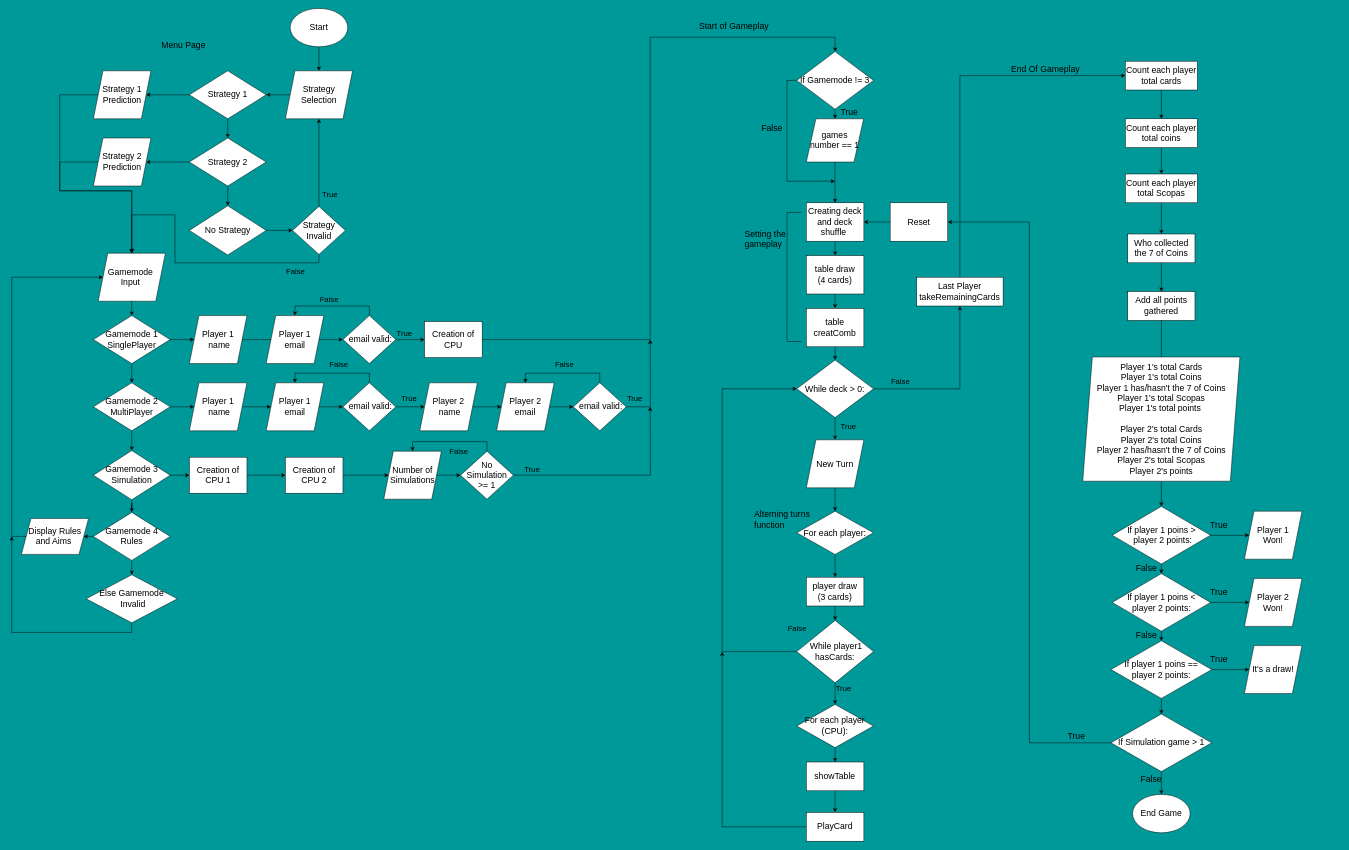
Earlier version of the draw.io diagram page "Scopa Card Game" (1 of 5) of Scopa python game/Scopa Game flowchart/Scopa Game Flowchart.drawio (ABellassai/ACC-AlessandroB2). Source tidied: cells renumbered, new cells numbered last; positions are measured from the earlier drawing's top-left corner, leaving out a move shared by most shapes. Both pictures are drawn from the tidied source at 48%, with x=0, y=0 at pixel (12, 8).
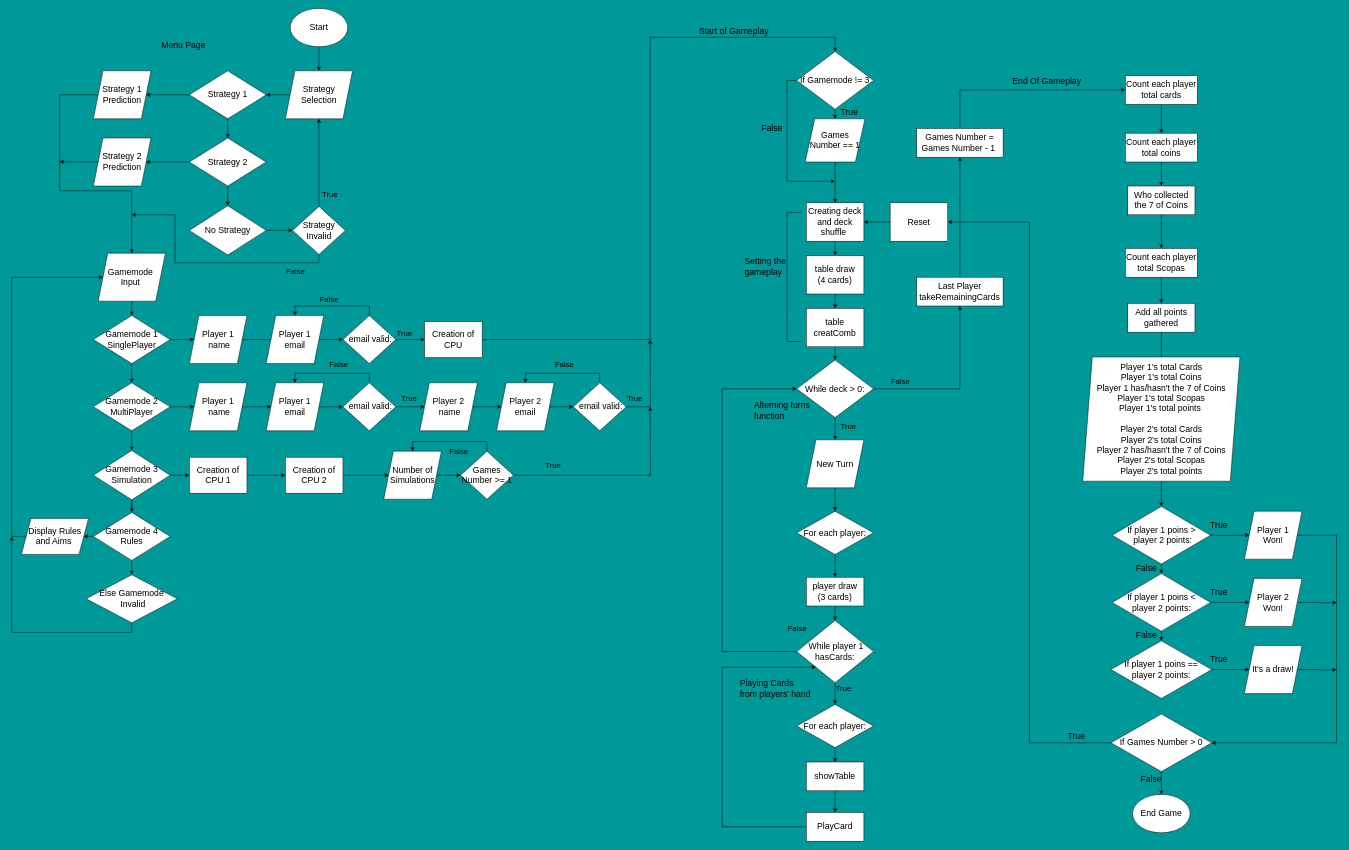
The same page after the edit.

Unchanged cells that the change refers to:
```xml
<mxCell id="6" value="Gamemode&amp;nbsp;&lt;br&gt;Input&amp;nbsp;" style="shape=parallelogram;perimeter=parallelogramPerimeter;whiteSpace=wrap;html=1;fixedSize=1;fontSize=18;" parent="1" vertex="1">
  <mxGeometry x="180" y="510" width="140" height="100" as="geometry" />
</mxCell>
<mxCell id="72" value="&lt;font style=&quot;font-size: 18px;&quot;&gt;Strategy Invalid&lt;/font&gt;" style="rhombus;whiteSpace=wrap;html=1;" parent="1" vertex="1">
  <mxGeometry x="585" y="412.5" width="110" height="100" as="geometry" />
</mxCell>
<mxCell id="101" value="&lt;span style=&quot;font-size: 18px;&quot;&gt;If player 1 poins == &lt;br&gt;player 2 points:&lt;/span&gt;" style="rhombus;whiteSpace=wrap;html=1;" parent="1" vertex="1">
  <mxGeometry x="2290" y="1317.5" width="210" height="120" as="geometry" />
</mxCell>
<mxCell id="120" value="PlayCard" style="rounded=0;whiteSpace=wrap;html=1;fontSize=18;" parent="1" vertex="1">
  <mxGeometry x="1655.3" y="1675" width="120" height="60" as="geometry" />
</mxCell>
<mxCell id="126" value="Last Player takeRemainingCards" style="rounded=0;whiteSpace=wrap;html=1;fontSize=18;" parent="1" vertex="1">
  <mxGeometry x="1885.3" y="560" width="180" height="60" as="geometry" />
</mxCell>
<mxCell id="133" value="Player 1 &lt;br&gt;Won!" style="shape=parallelogram;perimeter=parallelogramPerimeter;whiteSpace=wrap;html=1;fixedSize=1;fontSize=18;" parent="1" vertex="1">
  <mxGeometry x="2568" y="1047.5" width="120" height="100" as="geometry" />
</mxCell>
<mxCell id="135" value="Strategy 2 Prediction" style="shape=parallelogram;perimeter=parallelogramPerimeter;whiteSpace=wrap;html=1;fixedSize=1;fontSize=18;" parent="1" vertex="1">
  <mxGeometry x="170" y="270" width="120" height="100" as="geometry" />
</mxCell>
<mxCell id="136" value="Player 2 &lt;br&gt;Won!" style="shape=parallelogram;perimeter=parallelogramPerimeter;whiteSpace=wrap;html=1;fixedSize=1;fontSize=18;" parent="1" vertex="1">
  <mxGeometry x="2568" y="1187.5" width="120" height="100" as="geometry" />
</mxCell>
<mxCell id="137" value="It's a draw!" style="shape=parallelogram;perimeter=parallelogramPerimeter;whiteSpace=wrap;html=1;fixedSize=1;fontSize=18;" parent="1" vertex="1">
  <mxGeometry x="2568" y="1327.5" width="120" height="100" as="geometry" />
</mxCell>
```

Diff of the diagram source:
```diff
@@
-    <mxCell id="55" value="&lt;span style=&quot;font-size: 18px;&quot;&gt;No Simulation &amp;gt;= 1&lt;/span&gt;" style="rhombus;whiteSpace=wrap;html=1;" parent="1" vertex="1">
+    <mxCell id="55" value="&lt;span style=&quot;font-size: 18px;&quot;&gt;Games Number &amp;gt;= 1&lt;/span&gt;" style="rhombus;whiteSpace=wrap;html=1;" parent="1" vertex="1">
       <mxGeometry x="935" y="922.5" width="110" height="100" as="geometry" />
     </mxCell>
@@
     <mxCell id="57" value="&lt;font style=&quot;font-size: 16px;&quot;&gt;True&lt;/font&gt;" style="text;whiteSpace=wrap;html=1;fontSize=18;" parent="1" vertex="1">
-      <mxGeometry x="1066" y="942.5" width="50" height="30" as="geometry" />
+      <mxGeometry x="1110" y="935" width="50" height="30" as="geometry" />
     </mxCell>
@@
-    <mxCell id="69" style="edgeStyle=orthogonalEdgeStyle;rounded=0;jettySize=auto;html=1;exitX=0;exitY=0.5;exitDx=0;exitDy=0;entryX=0.5;entryY=0;entryDx=0;entryDy=0;" parent="1" edge="1" source="135" target="6">
-      <mxGeometry relative="1" as="geometry">
-        <Array as="points">
-          <mxPoint x="100" y="320" />
-          <mxPoint x="100" y="380" />
-          <mxPoint x="250" y="380" />
-        </Array>
-      </mxGeometry>
-    </mxCell>
@@
-    <mxCell id="71" style="edgeStyle=orthogonalEdgeStyle;rounded=0;jettySize=auto;html=1;exitX=0.5;exitY=1;exitDx=0;exitDy=0;entryX=0.5;entryY=0;entryDx=0;entryDy=0;" parent="1" edge="1" source="72" target="6">
+    <mxCell id="71" style="edgeStyle=orthogonalEdgeStyle;rounded=0;jettySize=auto;html=1;exitX=0.5;exitY=1;exitDx=0;exitDy=0;" parent="1" edge="1" source="72">
       <mxGeometry relative="1" as="geometry">
+        <mxPoint x="250" y="430" as="targetPoint" />
         <Array as="points">
           <mxPoint x="640" y="530" />
           <mxPoint x="340" y="530" />
           <mxPoint x="340" y="430" />
           <mxPoint x="250" y="430" />
         </Array>
       </mxGeometry>
     </mxCell>
@@
     <mxCell id="85" value="Setting the gameplay" style="text;whiteSpace=wrap;html=1;fontSize=18;" parent="1" vertex="1">
-      <mxGeometry x="1525.3" y="452.5" width="120" height="50" as="geometry" />
+      <mxGeometry x="1525.3" y="510" width="120" height="50" as="geometry" />
     </mxCell>
@@
     <mxCell id="87" value="Count each player total cards" style="rounded=0;whiteSpace=wrap;html=1;fontSize=18;" parent="1" vertex="1">
-      <mxGeometry x="2320" y="110" width="150" height="60" as="geometry" />
+      <mxGeometry x="2320" y="140" width="150" height="60" as="geometry" />
     </mxCell>
-    <mxCell id="88" style="edgeStyle=orthogonalEdgeStyle;rounded=0;jettySize=auto;html=1;exitX=0.5;exitY=1;exitDx=0;exitDy=0;entryX=0.5;entryY=0;entryDx=0;entryDy=0;" parent="1" edge="1" source="89" target="117">
-      <mxGeometry relative="1" as="geometry" />
-    </mxCell>
+    <mxCell id="163" style="edgeStyle=orthogonalEdgeStyle;rounded=0;jettySize=auto;html=1;exitX=0.5;exitY=1;exitDx=0;exitDy=0;entryX=0.5;entryY=0;entryDx=0;entryDy=0;" parent="1" edge="1" source="89" target="92">
+      <mxGeometry relative="1" as="geometry" />
+    </mxCell>
     <mxCell id="89" value="Count each player total Scopas" style="rounded=0;whiteSpace=wrap;html=1;fontSize=18;" parent="1" vertex="1">
-      <mxGeometry x="2320" y="345" width="150" height="60" as="geometry" />
+      <mxGeometry x="2320" y="500" width="150" height="60" as="geometry" />
     </mxCell>
-    <mxCell id="90" style="edgeStyle=orthogonalEdgeStyle;rounded=0;jettySize=auto;html=1;exitX=0.5;exitY=1;exitDx=0;exitDy=0;entryX=0.5;entryY=0;entryDx=0;entryDy=0;" parent="1" edge="1" source="91" target="89">
-      <mxGeometry relative="1" as="geometry" />
-    </mxCell>
+    <mxCell id="164" style="edgeStyle=orthogonalEdgeStyle;rounded=0;jettySize=auto;html=1;exitX=0.5;exitY=1;exitDx=0;exitDy=0;entryX=0.5;entryY=0;entryDx=0;entryDy=0;" parent="1" edge="1" source="91" target="117">
+      <mxGeometry relative="1" as="geometry" />
+    </mxCell>
     <mxCell id="91" value="Count each player total coins" style="rounded=0;whiteSpace=wrap;html=1;fontSize=18;" parent="1" vertex="1">
-      <mxGeometry x="2320" y="230" width="150" height="60" as="geometry" />
+      <mxGeometry x="2320" y="260" width="150" height="60" as="geometry" />
     </mxCell>
     <mxCell id="92" value="Add all points gathered" style="rounded=0;whiteSpace=wrap;html=1;fontSize=18;" parent="1" vertex="1">
-      <mxGeometry x="2325" y="590" width="140" height="60" as="geometry" />
+      <mxGeometry x="2325" y="614.5" width="140" height="60" as="geometry" />
     </mxCell>
@@
-    <mxCell id="100" style="edgeStyle=orthogonalEdgeStyle;rounded=0;jettySize=auto;html=1;exitX=0.5;exitY=1;exitDx=0;exitDy=0;entryX=0.5;entryY=0;entryDx=0;entryDy=0;" parent="1" edge="1" source="101" target="156">
-      <mxGeometry relative="1" as="geometry" />
-    </mxCell>
@@
     <mxCell id="105" value="Alterning turns function" style="text;whiteSpace=wrap;html=1;fontSize=18;" parent="1" vertex="1">
-      <mxGeometry x="1545.3" y="1037.5" width="120" height="50" as="geometry" />
+      <mxGeometry x="1545.3" y="810" width="120" height="50" as="geometry" />
     </mxCell>
@@
-    <mxCell id="112" value="&lt;font style=&quot;font-size: 18px;&quot;&gt;&amp;nbsp;While player1 hasCards:&lt;/font&gt;" style="rhombus;whiteSpace=wrap;html=1;" parent="1" vertex="1">
+    <mxCell id="112" value="&lt;font style=&quot;font-size: 18px;&quot;&gt;&amp;nbsp;While player 1 hasCards:&lt;/font&gt;" style="rhombus;whiteSpace=wrap;html=1;" parent="1" vertex="1">
       <mxGeometry x="1635.3" y="1275" width="160" height="130" as="geometry" />
     </mxCell>
@@
-    <mxCell id="116" style="edgeStyle=orthogonalEdgeStyle;rounded=0;jettySize=auto;html=1;exitX=0.5;exitY=1;exitDx=0;exitDy=0;entryX=0.5;entryY=0;entryDx=0;entryDy=0;" parent="1" edge="1" source="117" target="92">
-      <mxGeometry relative="1" as="geometry" />
-    </mxCell>
+    <mxCell id="165" style="edgeStyle=orthogonalEdgeStyle;rounded=0;jettySize=auto;html=1;exitX=0.5;exitY=1;exitDx=0;exitDy=0;entryX=0.5;entryY=0;entryDx=0;entryDy=0;" parent="1" edge="1" source="117" target="89">
+      <mxGeometry relative="1" as="geometry" />
+    </mxCell>
     <mxCell id="117" value="Who collected the 7 of Coins" style="rounded=0;whiteSpace=wrap;html=1;fontSize=18;" parent="1" vertex="1">
-      <mxGeometry x="2325" y="470" width="140" height="60" as="geometry" />
+      <mxGeometry x="2325" y="370" width="140" height="60" as="geometry" />
     </mxCell>
@@
-    <mxCell id="119" style="edgeStyle=orthogonalEdgeStyle;rounded=0;jettySize=auto;html=1;exitX=0;exitY=0.5;exitDx=0;exitDy=0;" parent="1" edge="1" source="120">
+    <mxCell id="119" style="edgeStyle=orthogonalEdgeStyle;rounded=0;jettySize=auto;html=1;exitX=0;exitY=0.5;exitDx=0;exitDy=0;entryX=0;entryY=1;entryDx=0;entryDy=0;" parent="1" edge="1" source="120" target="112">
       <mxGeometry relative="1" as="geometry">
-        <mxPoint x="1480" y="1340" as="targetPoint" />
         <Array as="points">
           <mxPoint x="1480" y="1705" />
+          <mxPoint x="1480" y="1372" />
         </Array>
       </mxGeometry>
     </mxCell>
@@
-    <mxCell id="122" value="&lt;font style=&quot;font-size: 18px;&quot;&gt;For each player (CPU):&lt;/font&gt;" style="rhombus;whiteSpace=wrap;html=1;" parent="1" vertex="1">
+    <mxCell id="122" value="&lt;font style=&quot;font-size: 18px;&quot;&gt;For each player:&lt;/font&gt;" style="rhombus;whiteSpace=wrap;html=1;" parent="1" vertex="1">
       <mxGeometry x="1635.3" y="1450" width="160" height="90" as="geometry" />
     </mxCell>
@@
-    <mxCell id="125" style="edgeStyle=orthogonalEdgeStyle;rounded=0;jettySize=auto;html=1;exitX=0.5;exitY=0;exitDx=0;exitDy=0;entryX=0;entryY=0.5;entryDx=0;entryDy=0;" parent="1" edge="1" source="126" target="87">
-      <mxGeometry relative="1" as="geometry" />
-    </mxCell>
+    <mxCell id="166" style="edgeStyle=orthogonalEdgeStyle;rounded=0;jettySize=auto;html=1;exitX=0.5;exitY=0;exitDx=0;exitDy=0;entryX=0.5;entryY=1;entryDx=0;entryDy=0;" parent="1" edge="1" source="126" target="173">
+      <mxGeometry relative="1" as="geometry" />
+    </mxCell>
@@
     <mxCell id="131" value="End Of Gameplay" style="text;whiteSpace=wrap;html=1;fontSize=18;" parent="1" vertex="1">
-      <mxGeometry x="2080" y="110" width="160" height="30" as="geometry" />
+      <mxGeometry x="2082.5" y="135" width="160" height="30" as="geometry" />
     </mxCell>
@@
+    <mxCell id="167" style="edgeStyle=orthogonalEdgeStyle;rounded=0;jettySize=auto;html=1;exitX=1;exitY=0.5;exitDx=0;exitDy=0;entryX=1;entryY=0.5;entryDx=0;entryDy=0;" parent="1" edge="1" source="133" target="156">
+      <mxGeometry relative="1" as="geometry">
+        <Array as="points">
+          <mxPoint x="2760" y="1098" />
+          <mxPoint x="2760" y="1530" />
+        </Array>
+      </mxGeometry>
+    </mxCell>
@@
+    <mxCell id="168" style="edgeStyle=orthogonalEdgeStyle;rounded=0;jettySize=auto;html=1;exitX=0;exitY=0.5;exitDx=0;exitDy=0;" parent="1" edge="1" source="135">
+      <mxGeometry relative="1" as="geometry">
+        <mxPoint x="100" y="319.4" as="targetPoint" />
+      </mxGeometry>
+    </mxCell>
@@
+    <mxCell id="169" style="edgeStyle=orthogonalEdgeStyle;rounded=0;jettySize=auto;html=1;exitX=1;exitY=0.5;exitDx=0;exitDy=0;" parent="1" edge="1" source="136">
+      <mxGeometry relative="1" as="geometry">
+        <mxPoint x="2760" y="1238" as="targetPoint" />
+      </mxGeometry>
+    </mxCell>
@@
+    <mxCell id="170" style="edgeStyle=orthogonalEdgeStyle;rounded=0;jettySize=auto;html=1;exitX=1;exitY=0.5;exitDx=0;exitDy=0;" parent="1" edge="1" source="137">
+      <mxGeometry relative="1" as="geometry">
+        <mxPoint x="2760" y="1378" as="targetPoint" />
+      </mxGeometry>
+    </mxCell>
@@
     <mxCell id="138" value="Start of Gameplay" style="text;whiteSpace=wrap;html=1;fontSize=18;" parent="1" vertex="1">
-      <mxGeometry x="1430.3" y="20" width="240" height="30" as="geometry" />
+      <mxGeometry x="1430" y="30" width="240" height="30" as="geometry" />
     </mxCell>
@@
-    <mxCell id="147" value="games number == 1" style="shape=parallelogram;perimeter=parallelogramPerimeter;whiteSpace=wrap;html=1;fixedSize=1;fontSize=18;" parent="1" vertex="1">
-      <mxGeometry x="1655.3" y="230" width="119.4" height="90" as="geometry" />
+    <mxCell id="147" value="Games Number == 1" style="shape=parallelogram;perimeter=parallelogramPerimeter;whiteSpace=wrap;html=1;fixedSize=1;fontSize=18;" parent="1" vertex="1">
+      <mxGeometry x="1652.9" y="230" width="124.7" height="90" as="geometry" />
     </mxCell>
@@
-    <mxCell id="153" value="&lt;div style=&quot;&quot;&gt;&lt;font style=&quot;font-size: 18px;&quot;&gt;Player 1's total Cards&lt;/font&gt;&lt;/div&gt;Player 1'&lt;span style=&quot;background-color: initial;&quot;&gt;s total Coins&lt;/span&gt;&lt;br&gt;Player 1&amp;nbsp;&lt;span style=&quot;background-color: initial;&quot;&gt;has/hasn't the 7 of Coins&lt;/span&gt;&lt;br&gt;Player 1&lt;span style=&quot;background-color: initial;&quot;&gt;'s total Scopas&lt;/span&gt;&lt;br&gt;Player 1&lt;span style=&quot;background-color: initial;&quot;&gt;'s total points&amp;nbsp;&lt;/span&gt;&lt;br&gt;&lt;div style=&quot;&quot;&gt;&lt;font style=&quot;font-size: 18px;&quot;&gt;&lt;br&gt;&lt;/font&gt;&lt;/div&gt;&lt;div style=&quot;&quot;&gt;&lt;div style=&quot;border-color: var(--border-color);&quot;&gt;&lt;font style=&quot;font-size: 18px;&quot;&gt;Player&lt;span style=&quot;background-color: initial;&quot;&gt;&amp;nbsp;&lt;/span&gt;2's total Cards&lt;/font&gt;&lt;/div&gt;&lt;div style=&quot;border-color: var(--border-color);&quot;&gt;&lt;font style=&quot;font-size: 18px;&quot;&gt;Player&lt;span style=&quot;background-color: initial;&quot;&gt;&amp;nbsp;&lt;/span&gt;2's total Coins&lt;/font&gt;&lt;/div&gt;&lt;div style=&quot;border-color: var(--border-color);&quot;&gt;&lt;font style=&quot;font-size: 18px;&quot;&gt;Player&lt;span style=&quot;background-color: initial;&quot;&gt;&amp;nbsp;2&lt;/span&gt;&amp;nbsp;has/hasn't the 7 of Coins&lt;/font&gt;&lt;/div&gt;&lt;div style=&quot;border-color: var(--border-color);&quot;&gt;&lt;font style=&quot;font-size: 18px;&quot;&gt;Player&lt;span style=&quot;background-color: initial;&quot;&gt;&amp;nbsp;2&lt;/span&gt;'s total Scopas&lt;/font&gt;&lt;/div&gt;&lt;div style=&quot;border-color: var(--border-color);&quot;&gt;&lt;font style=&quot;font-size: 18px;&quot;&gt;Player&lt;span style=&quot;background-color: initial;&quot;&gt;&amp;nbsp;2&lt;/span&gt;'s points&lt;/font&gt;&lt;/div&gt;&lt;/div&gt;" style="shape=parallelogram;perimeter=parallelogramPerimeter;whiteSpace=wrap;html=1;fixedSize=1;fontSize=18;" parent="1" vertex="1">
+    <mxCell id="153" value="&lt;div style=&quot;&quot;&gt;&lt;font style=&quot;font-size: 18px;&quot;&gt;Player 1's total Cards&lt;/font&gt;&lt;/div&gt;Player 1'&lt;span style=&quot;background-color: initial;&quot;&gt;s total Coins&lt;/span&gt;&lt;br&gt;Player 1&amp;nbsp;&lt;span style=&quot;background-color: initial;&quot;&gt;has/hasn't the 7 of Coins&lt;/span&gt;&lt;br&gt;Player 1&lt;span style=&quot;background-color: initial;&quot;&gt;'s total Scopas&lt;/span&gt;&lt;br&gt;Player 1&lt;span style=&quot;background-color: initial;&quot;&gt;'s total points&amp;nbsp;&lt;/span&gt;&lt;br&gt;&lt;div style=&quot;&quot;&gt;&lt;font style=&quot;font-size: 18px;&quot;&gt;&lt;br&gt;&lt;/font&gt;&lt;/div&gt;&lt;div style=&quot;&quot;&gt;&lt;div style=&quot;border-color: var(--border-color);&quot;&gt;&lt;font style=&quot;font-size: 18px;&quot;&gt;Player&lt;span style=&quot;background-color: initial;&quot;&gt;&amp;nbsp;&lt;/span&gt;2's total Cards&lt;/font&gt;&lt;/div&gt;&lt;div style=&quot;border-color: var(--border-color);&quot;&gt;&lt;font style=&quot;font-size: 18px;&quot;&gt;Player&lt;span style=&quot;background-color: initial;&quot;&gt;&amp;nbsp;&lt;/span&gt;2's total Coins&lt;/font&gt;&lt;/div&gt;&lt;div style=&quot;border-color: var(--border-color);&quot;&gt;&lt;font style=&quot;font-size: 18px;&quot;&gt;Player&lt;span style=&quot;background-color: initial;&quot;&gt;&amp;nbsp;2&lt;/span&gt;&amp;nbsp;has/hasn't the 7 of Coins&lt;/font&gt;&lt;/div&gt;&lt;div style=&quot;border-color: var(--border-color);&quot;&gt;&lt;font style=&quot;font-size: 18px;&quot;&gt;Player&lt;span style=&quot;background-color: initial;&quot;&gt;&amp;nbsp;2&lt;/span&gt;'s total Scopas&lt;/font&gt;&lt;/div&gt;&lt;div style=&quot;border-color: var(--border-color);&quot;&gt;&lt;font style=&quot;font-size: 18px;&quot;&gt;Player&lt;span style=&quot;background-color: initial;&quot;&gt;&amp;nbsp;2&lt;/span&gt;'s total points&lt;/font&gt;&lt;/div&gt;&lt;/div&gt;" style="shape=parallelogram;perimeter=parallelogramPerimeter;whiteSpace=wrap;html=1;fixedSize=1;fontSize=18;" parent="1" vertex="1">
       <mxGeometry x="2231.2" y="726.2" width="327.5" height="258.8" as="geometry" />
     </mxCell>
@@
-    <mxCell id="156" value="&lt;span style=&quot;font-size: 18px;&quot;&gt;If Simulation game &amp;gt; 1&lt;/span&gt;" style="rhombus;whiteSpace=wrap;html=1;" parent="1" vertex="1">
+    <mxCell id="156" value="&lt;font style=&quot;font-size: 18px;&quot;&gt;If&amp;nbsp;Games Number&amp;nbsp;&amp;gt; 0&lt;/font&gt;" style="rhombus;whiteSpace=wrap;html=1;" parent="1" vertex="1">
       <mxGeometry x="2290" y="1470" width="210" height="120" as="geometry" />
     </mxCell>
@@
+    <mxCell id="171" value="Playing Cards from players' hand" style="text;whiteSpace=wrap;html=1;fontSize=18;" parent="1" vertex="1">
+      <mxGeometry x="1514.7" y="1390" width="155.3" height="50" as="geometry" />
+    </mxCell>
+    <mxCell id="172" style="edgeStyle=orthogonalEdgeStyle;rounded=0;jettySize=auto;html=1;exitX=0.5;exitY=0;exitDx=0;exitDy=0;entryX=0;entryY=0.5;entryDx=0;entryDy=0;" parent="1" edge="1" source="173" target="87">
+      <mxGeometry relative="1" as="geometry" />
+    </mxCell>
+    <mxCell id="173" value="Games Number&amp;nbsp;= Games Number&amp;nbsp;- 1&amp;nbsp;" style="rounded=0;whiteSpace=wrap;html=1;fontSize=18;" parent="1" vertex="1">
+      <mxGeometry x="1885.3" y="250" width="180" height="60" as="geometry" />
+    </mxCell>
```
